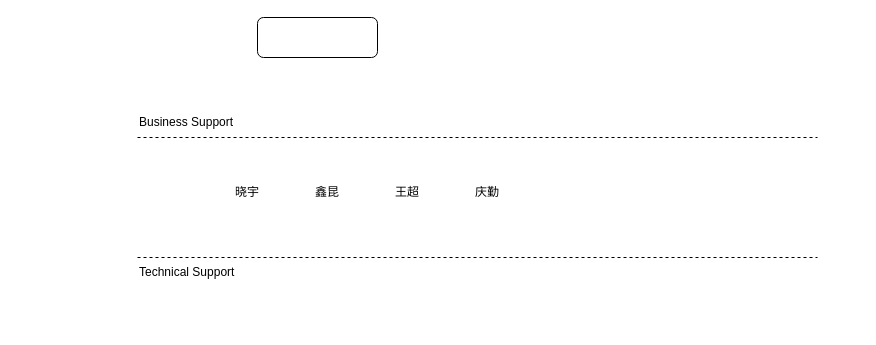
Above: drawio/团队分工.drawio in VisableHarry/seo-drawio (draw.io), before the change. Source tidied: cells renumbered, new cells numbered last; positions are measured from the earlier drawing's top-left corner, leaving out a move shared by most shapes. Both pictures are drawn from the tidied source at 100%, with x=0, y=0 at pixel (137, 17).
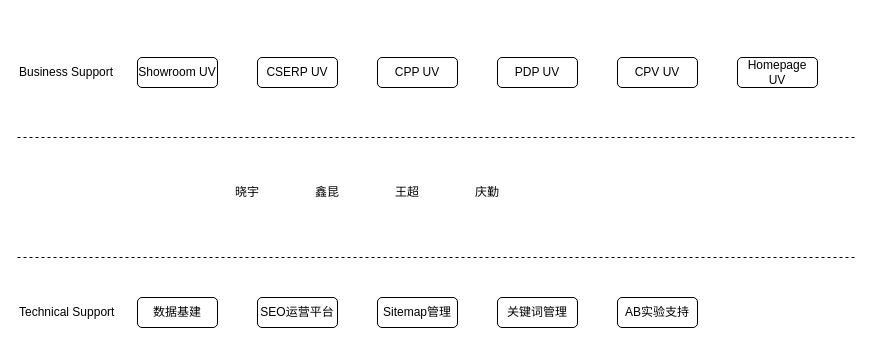
The same diagram, later.

Commit message (it also covers changes not shown here):
更新团队分工.drawio

Change to the diagram source:
```diff
@@
     <mxCell id="2" value="Business Support" style="text;html=1;whiteSpace=wrap;strokeColor=none;fillColor=none;align=left;verticalAlign=middle;rounded=0;" parent="1" vertex="1">
-      <mxGeometry y="90" width="150" height="30" as="geometry" />
+      <mxGeometry x="-120" y="40" width="150" height="30" as="geometry" />
     </mxCell>
     <mxCell id="3" value="Technical Support" style="text;html=1;whiteSpace=wrap;strokeColor=none;fillColor=none;align=left;verticalAlign=middle;rounded=0;" parent="1" vertex="1">
-      <mxGeometry y="240" width="150" height="30" as="geometry" />
+      <mxGeometry x="-120" y="280" width="150" height="30" as="geometry" />
     </mxCell>
     <mxCell id="4" style="endArrow=none;dashed=1;html=1;rounded=0;" parent="1" edge="1">
       <mxGeometry relative="1" as="geometry">
-        <mxPoint y="120" as="sourcePoint" />
-        <mxPoint x="680" y="120" as="targetPoint" />
+        <mxPoint x="-120" y="120" as="sourcePoint" />
+        <mxPoint x="720" y="120" as="targetPoint" />
       </mxGeometry>
     </mxCell>
     <mxCell id="5" style="endArrow=none;dashed=1;html=1;rounded=0;" parent="1" edge="1">
       <mxGeometry relative="1" as="geometry">
-        <mxPoint y="240" as="sourcePoint" />
-        <mxPoint x="680" y="240" as="targetPoint" />
+        <mxPoint x="-120" y="240" as="sourcePoint" />
+        <mxPoint x="720" y="240" as="targetPoint" />
       </mxGeometry>
     </mxCell>
@@
-    <mxCell id="10" style="rounded=1;whiteSpace=wrap;html=1;" parent="1" vertex="1">
-      <mxGeometry x="120" width="120" height="40" as="geometry" />
+    <mxCell id="10" value="Showroom UV" style="rounded=1;whiteSpace=wrap;html=1;" parent="1" vertex="1">
+      <mxGeometry y="40" width="80" height="30" as="geometry" />
     </mxCell>
+    <mxCell id="11" value="CSERP UV" style="rounded=1;whiteSpace=wrap;html=1;" parent="1" vertex="1">
+      <mxGeometry x="120" y="40" width="80" height="30" as="geometry" />
+    </mxCell>
+    <mxCell id="12" value="CPP UV" style="rounded=1;whiteSpace=wrap;html=1;" parent="1" vertex="1">
+      <mxGeometry x="240" y="40" width="80" height="30" as="geometry" />
+    </mxCell>
+    <mxCell id="13" value="PDP UV" style="rounded=1;whiteSpace=wrap;html=1;" parent="1" vertex="1">
+      <mxGeometry x="360" y="40" width="80" height="30" as="geometry" />
+    </mxCell>
+    <mxCell id="14" value="Homepage UV" style="rounded=1;whiteSpace=wrap;html=1;" parent="1" vertex="1">
+      <mxGeometry x="600" y="40" width="80" height="30" as="geometry" />
+    </mxCell>
+    <mxCell id="15" value="CPV UV" style="rounded=1;whiteSpace=wrap;html=1;" parent="1" vertex="1">
+      <mxGeometry x="480" y="40" width="80" height="30" as="geometry" />
+    </mxCell>
+    <mxCell id="16" value="数据基建" style="rounded=1;whiteSpace=wrap;html=1;" parent="1" vertex="1">
+      <mxGeometry y="280" width="80" height="30" as="geometry" />
+    </mxCell>
+    <mxCell id="17" value="Sitemap管理" style="rounded=1;whiteSpace=wrap;html=1;" parent="1" vertex="1">
+      <mxGeometry x="240" y="280" width="80" height="30" as="geometry" />
+    </mxCell>
+    <mxCell id="18" value="SEO运营平台" style="rounded=1;whiteSpace=wrap;html=1;" parent="1" vertex="1">
+      <mxGeometry x="120" y="280" width="80" height="30" as="geometry" />
+    </mxCell>
+    <mxCell id="19" value="关键词管理" style="rounded=1;whiteSpace=wrap;html=1;" parent="1" vertex="1">
+      <mxGeometry x="360" y="280" width="80" height="30" as="geometry" />
+    </mxCell>
+    <mxCell id="20" value="AB实验支持" style="rounded=1;whiteSpace=wrap;html=1;" parent="1" vertex="1">
+      <mxGeometry x="480" y="280" width="80" height="30" as="geometry" />
+    </mxCell>
```
